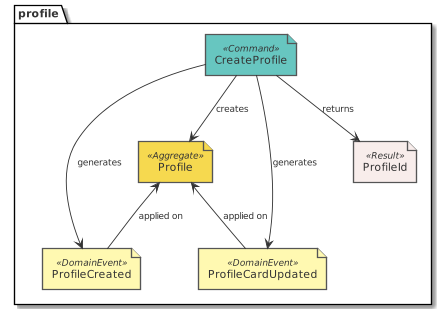
This is paper/design_profile_eventstorming_create.png from tmorin/dorders, a PlantUML export, as it was before one commit. Source of this version:
```plantuml
@startuml design_profile_eventstorming_create
!include common.puml
!include ../.gdiag/plantuml-libs/eventstorming/eventstorming-all.puml
package profile {
  command('CreateProfile')
  domain_event('ProfileCreated')
  domain_event('ProfileCardUpdated')
  aggregate('Profile')
  result('ProfileId')
}
CreateProfile --> ProfileCreated : generates
CreateProfile --> ProfileCardUpdated : generates
CreateProfile --> ProfileId : returns
CreateProfile --> Profile : creates
ProfileCreated -u-> Profile : applied on
ProfileCardUpdated -u-> Profile : applied on
@enduml
```
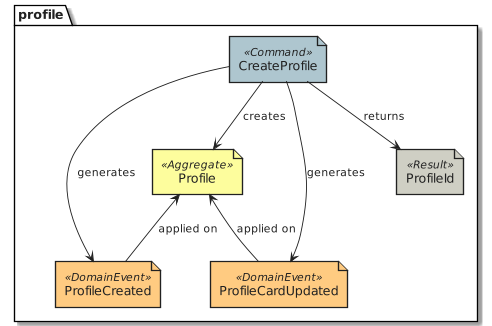
The same diagram one commit later.

Diff of the diagram source:
```diff
@@ -1,12 +1,11 @@
 @startuml design_profile_eventstorming_create
-!include common.puml
-!include ../.gdiag/plantuml-libs/eventstorming/eventstorming-all.puml
+!include common.eventstorming.puml
 package profile {
-  command('CreateProfile')
-  domain_event('ProfileCreated')
-  domain_event('ProfileCardUpdated')
-  aggregate('Profile')
-  result('ProfileId')
+  Command('CreateProfile')
+  DomainEvent('ProfileCreated')
+  DomainEvent('ProfileCardUpdated')
+  Aggregate('Profile')
+  Result('ProfileId')
 }
 CreateProfile --> ProfileCreated : generates
 CreateProfile --> ProfileCardUpdated : generates
```
